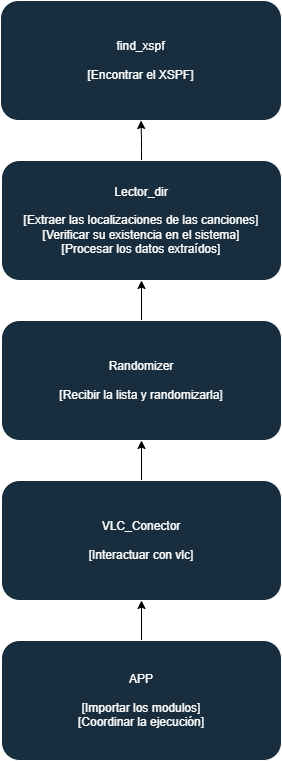
This is Diagrama_de_arquitectura.png from VoctorSN/Proyecto_Diciembre, a draw.io export, as it was before one commit. Source tidied: cells renumbered, new cells last; positions are measured from the earlier drawing's top-left corner, leaving out a move shared by most shapes.
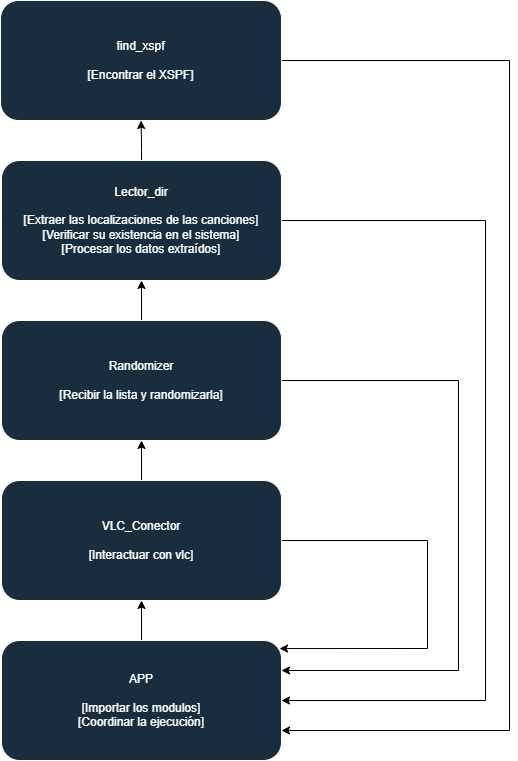
The same diagram one commit later.

Commit message:
doc: diagramas fixear

Change to the diagram source:
```diff
@@ -5,21 +5,53 @@
     <mxCell id="2" style="edgeStyle=orthogonalEdgeStyle;rounded=1;jettySize=auto;html=1;exitX=0.5;exitY=0;exitDx=0;exitDy=0;entryX=0.5;entryY=1;entryDx=0;entryDy=0;labelBackgroundColor=none;strokeColor=#000000;fontColor=default;" parent="1" edge="1" source="4" target="3">
       <mxGeometry relative="1" as="geometry" />
     </mxCell>
+    <mxCell id="11" style="edgeStyle=orthogonalEdgeStyle;rounded=0;jettySize=auto;html=1;exitX=1;exitY=0.5;exitDx=0;exitDy=0;entryX=1;entryY=0.75;entryDx=0;entryDy=0;" parent="1" edge="1" source="3" target="10">
+      <mxGeometry relative="1" as="geometry">
+        <Array as="points">
+          <mxPoint x="509" y="60" />
+          <mxPoint x="509" y="730" />
+        </Array>
+      </mxGeometry>
+    </mxCell>
     <mxCell id="3" value="find_xspf&lt;br&gt;&lt;br&gt;[Encontrar el XSPF]" style="rounded=1;whiteSpace=wrap;html=1;labelBackgroundColor=none;fillColor=#182E3E;strokeColor=#FFFFFF;fontColor=#FFFFFF;" parent="1" vertex="1">
       <mxGeometry width="281" height="120" as="geometry" />
     </mxCell>
+    <mxCell id="12" style="edgeStyle=orthogonalEdgeStyle;rounded=0;jettySize=auto;html=1;exitX=1;exitY=0.5;exitDx=0;exitDy=0;entryX=1;entryY=0.5;entryDx=0;entryDy=0;" parent="1" edge="1" source="4" target="10">
+      <mxGeometry relative="1" as="geometry">
+        <Array as="points">
+          <mxPoint x="485" y="220" />
+          <mxPoint x="485" y="700" />
+        </Array>
+      </mxGeometry>
+    </mxCell>
     <mxCell id="4" value="Lector_dir&lt;br&gt;&lt;br&gt;[Extraer las localizaciones de las canciones]&lt;br&gt;[Verificar su existencia en el sistema]&lt;br&gt;[Procesar los datos extraídos]" style="rounded=1;whiteSpace=wrap;html=1;labelBackgroundColor=none;fillColor=#182E3E;strokeColor=#FFFFFF;fontColor=#FFFFFF;" parent="1" vertex="1">
       <mxGeometry x="1" y="160" width="280" height="120" as="geometry" />
     </mxCell>
     <mxCell id="5" style="edgeStyle=orthogonalEdgeStyle;rounded=0;jettySize=auto;html=1;exitX=0.5;exitY=0;exitDx=0;exitDy=0;entryX=0.5;entryY=1;entryDx=0;entryDy=0;" parent="1" edge="1" source="6" target="4">
       <mxGeometry relative="1" as="geometry" />
     </mxCell>
+    <mxCell id="13" style="edgeStyle=orthogonalEdgeStyle;rounded=0;jettySize=auto;html=1;exitX=1;exitY=0.5;exitDx=0;exitDy=0;entryX=1;entryY=0.25;entryDx=0;entryDy=0;" parent="1" edge="1" source="6" target="10">
+      <mxGeometry relative="1" as="geometry">
+        <Array as="points">
+          <mxPoint x="458" y="380" />
+          <mxPoint x="458" y="670" />
+        </Array>
+      </mxGeometry>
+    </mxCell>
     <mxCell id="6" value="Randomizer&lt;br&gt;&lt;br&gt;[Recibir la lista y randomizarla]" style="rounded=1;whiteSpace=wrap;html=1;labelBackgroundColor=none;fillColor=#182E3E;strokeColor=#FFFFFF;fontColor=#FFFFFF;" parent="1" vertex="1">
       <mxGeometry x="1" y="320" width="280" height="120" as="geometry" />
     </mxCell>
     <mxCell id="7" style="edgeStyle=orthogonalEdgeStyle;rounded=0;jettySize=auto;html=1;exitX=0.5;exitY=0;exitDx=0;exitDy=0;entryX=0.5;entryY=1;entryDx=0;entryDy=0;" parent="1" edge="1" source="8" target="6">
       <mxGeometry relative="1" as="geometry" />
     </mxCell>
+    <mxCell id="14" style="edgeStyle=orthogonalEdgeStyle;rounded=0;jettySize=auto;html=1;exitX=1;exitY=0.5;exitDx=0;exitDy=0;entryX=0.993;entryY=0.067;entryDx=0;entryDy=0;entryPerimeter=0;" parent="1" edge="1" source="8" target="10">
+      <mxGeometry relative="1" as="geometry">
+        <Array as="points">
+          <mxPoint x="427" y="540" />
+          <mxPoint x="427" y="648" />
+        </Array>
+      </mxGeometry>
+    </mxCell>
     <mxCell id="8" value="VLC_Conector&lt;br&gt;&lt;br&gt;[Interactuar con vlc]" style="rounded=1;whiteSpace=wrap;html=1;labelBackgroundColor=none;fillColor=#182E3E;strokeColor=#FFFFFF;fontColor=#FFFFFF;" parent="1" vertex="1">
       <mxGeometry x="1" y="480" width="280" height="120" as="geometry" />
     </mxCell>
```
